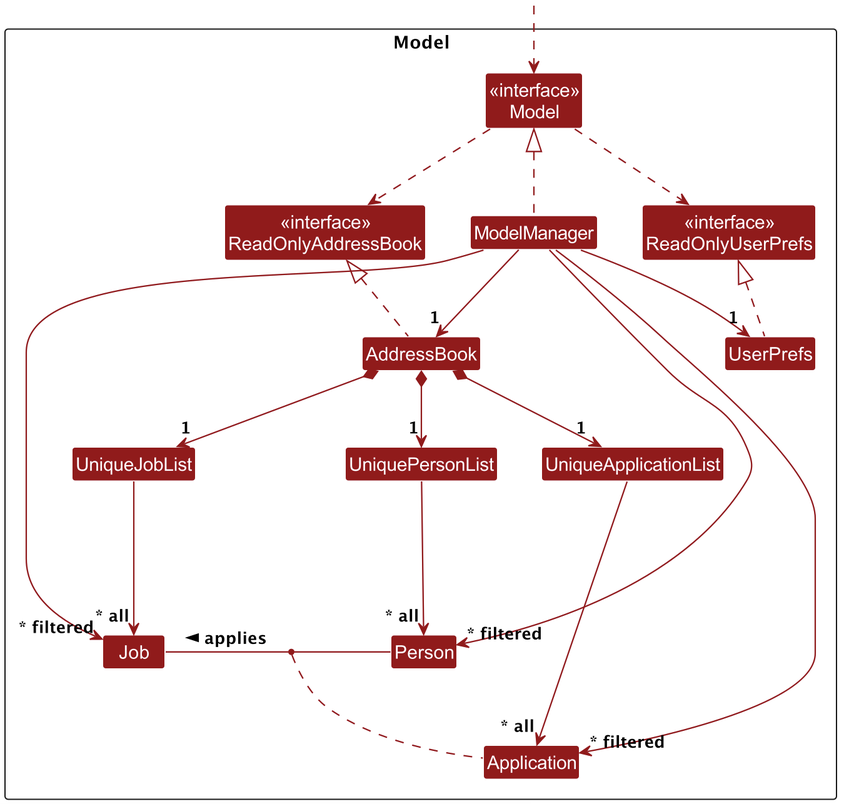
Before: docs/images/ModelClassDiagram.png, a diagram exported from PlantUML (leeweiming3/tp). Its source is kept beside it as docs/diagrams/ModelClassDiagram.puml.
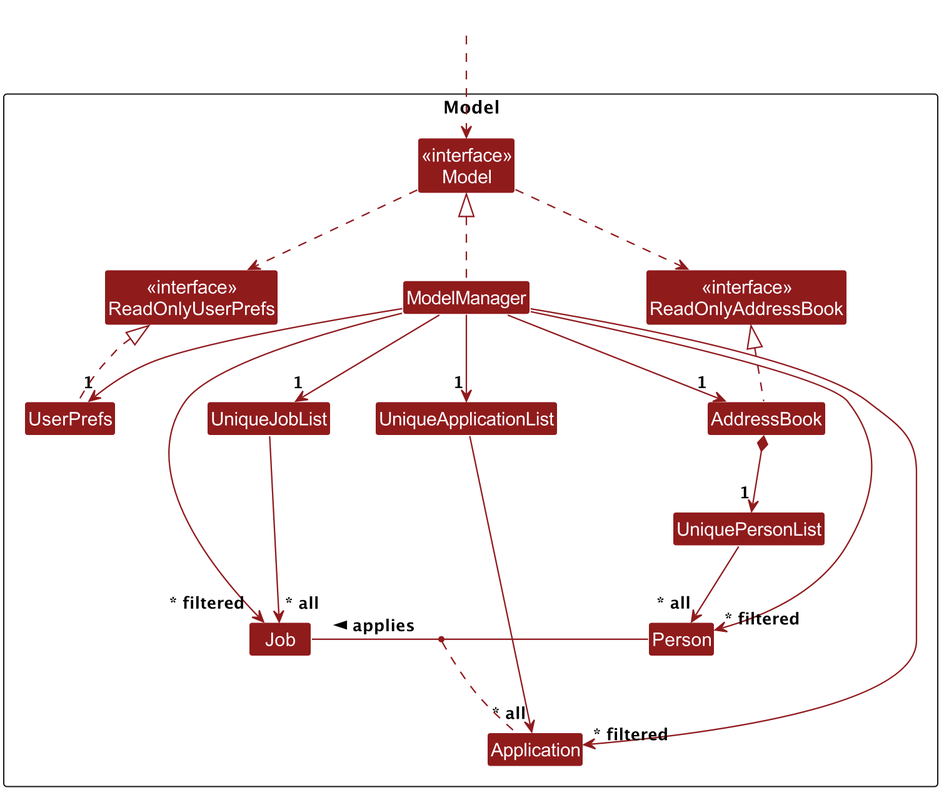
Above is the later version.

Commit message:
Fix UML for model component

Diff of the diagram source:
```diff
@@ -40,23 +40,23 @@
 UniquePersonList --> "~* all" Person
 
 Person -[hidden]up--> I
-UniquePersonList -[hidden]right-> I
+UniquePersonList -[hidden]up-> I
 
 ModelManager --> "~* filtered" Person
 
-AddressBook *--> "1" UniqueApplicationList
+ModelManager --> "1" UniqueApplicationList
 UniqueApplicationList --> "~* all" Application
 
 Application -[hidden]up--> I
-UniqueApplicationList -[hidden]left-> I
+UniqueApplicationList -[hidden]right-> I
 
 ModelManager --> "~* filtered" Application
 
-AddressBook *--> "1" UniqueJobList
+ModelManager --> "1" UniqueJobList
 UniqueJobList --> "~* all" Job
 
 Job -[hidden]up--> I
-UniqueJobList -[hidden]right-> I
+UniqueJobList -[hidden]left-> I
 
 ModelManager --> "~* filtered" Job
 
```
